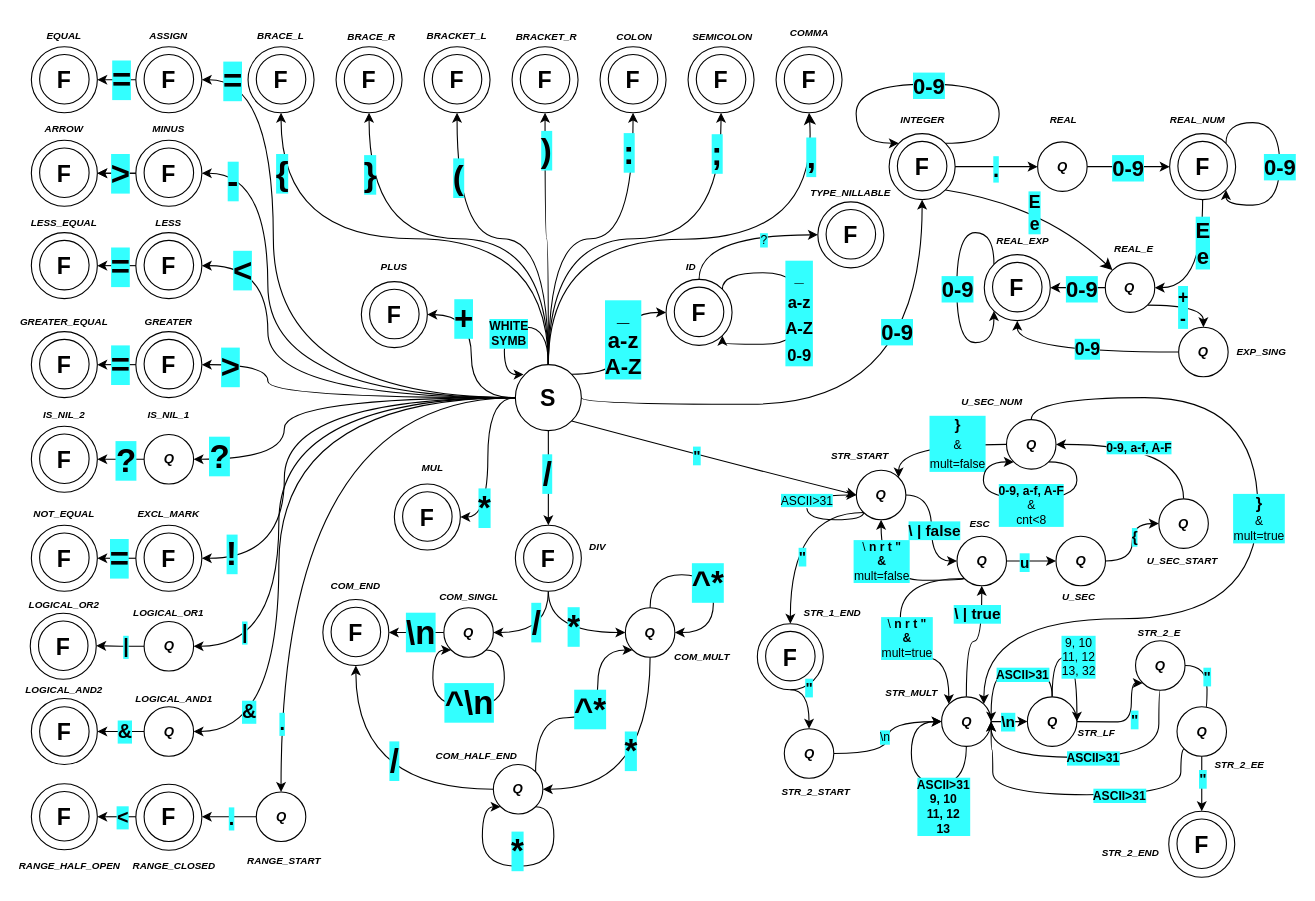
Above: lexer.drawio in xshche05/IFJ-2023-project-compiler (draw.io), before the change. Source tidied: cells renumbered, new cells numbered last; positions are measured from the earlier drawing's top-left corner, leaving out a move shared by most shapes. Both pictures are drawn from the tidied source at 110%, with x=0, y=0 at pixel (30, 19).
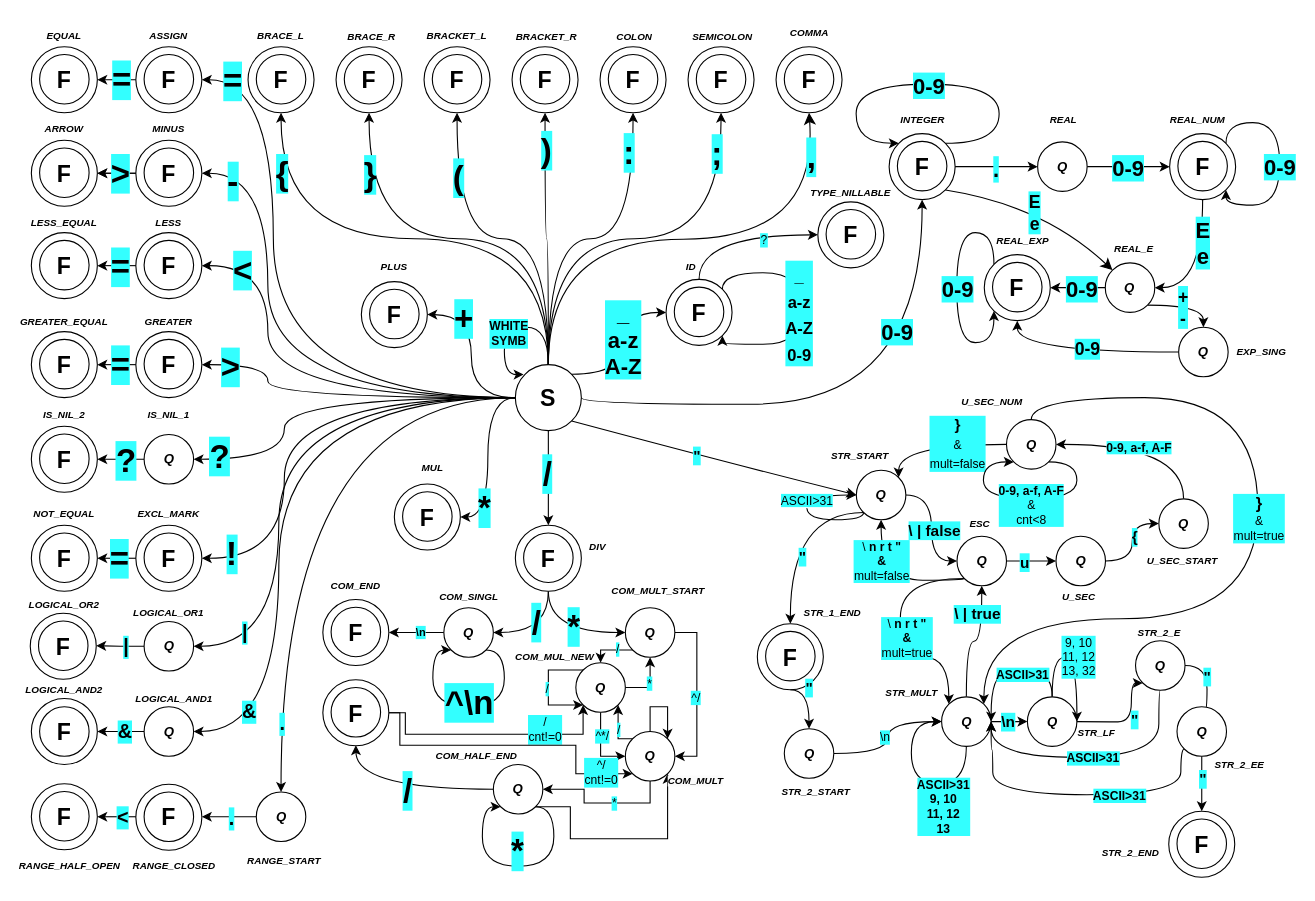
After the change.

The change refers to these unchanged cells:
```xml
<mxCell id="164" style="edgeStyle=orthogonalEdgeStyle;rounded=0;jettySize=auto;html=1;exitX=0;exitY=0.5;exitDx=0;exitDy=0;entryX=1;entryY=0.5;entryDx=0;entryDy=0;" parent="1" edge="1" source="166" target="170">
  <mxGeometry relative="1" as="geometry" />
</mxCell>
<mxCell id="167" style="group;" parent="1" vertex="1">
  <mxGeometry x="266" y="527.5" width="60" height="60" as="geometry" />
</mxCell>
<mxCell id="177" value="&lt;b&gt;&lt;i&gt;Q&lt;/i&gt;&lt;/b&gt;" style="ellipse;whiteSpace=wrap;html=1;" parent="1" vertex="1">
  <mxGeometry x="541" y="535" width="45" height="45" as="geometry" />
</mxCell>
<mxCell id="182" value="&lt;b&gt;&lt;i&gt;Q&lt;/i&gt;&lt;/b&gt;" style="ellipse;whiteSpace=wrap;html=1;" parent="1" vertex="1">
  <mxGeometry x="421" y="677.5" width="45" height="45" as="geometry" />
</mxCell>
```

What changed in the source:
```diff
@@
-    <mxCell id="165" value="\n" style="edgeLabel;html=1;align=center;verticalAlign=middle;fontStyle=1;labelBackgroundColor=#33FFFF;fontSize=30;" parent="164" vertex="1">
+    <mxCell id="165" value="\n" style="edgeLabel;html=1;align=center;verticalAlign=middle;fontStyle=1;labelBackgroundColor=#33FFFF;fontSize=10;" parent="164" vertex="1">
       <mxGeometry x="-0.12" y="-1" relative="1" as="geometry" />
     </mxCell>
@@
-    <mxCell id="175" style="edgeStyle=orthogonalEdgeStyle;jettySize=auto;html=1;exitX=0.5;exitY=1;exitDx=0;exitDy=0;entryX=1;entryY=0.5;entryDx=0;entryDy=0;curved=1;" parent="1" edge="1" source="177" target="182">
-      <mxGeometry relative="1" as="geometry" />
-    </mxCell>
-    <mxCell id="176" value="*" style="edgeLabel;html=1;align=center;verticalAlign=middle;fontSize=30;labelBackgroundColor=#33FFFF;fontStyle=1;" parent="175" vertex="1">
-      <mxGeometry x="-0.23" y="-18" relative="1" as="geometry" />
-    </mxCell>
+    <mxCell id="365" style="edgeStyle=orthogonalEdgeStyle;rounded=0;jettySize=auto;html=1;exitX=0;exitY=1;exitDx=0;exitDy=0;entryX=0.5;entryY=0;entryDx=0;entryDy=0;" parent="1" edge="1" source="177" target="374">
+      <mxGeometry relative="1" as="geometry" />
+    </mxCell>
+    <mxCell id="366" value="/" style="edgeLabel;html=1;align=center;verticalAlign=middle;labelBackgroundColor=#33FFFF;" parent="365" vertex="1">
+      <mxGeometry x="-0.3" y="-1" relative="1" as="geometry" />
+    </mxCell>
+    <mxCell id="367" style="edgeStyle=orthogonalEdgeStyle;rounded=0;jettySize=auto;html=1;exitX=1;exitY=0.5;exitDx=0;exitDy=0;entryX=1;entryY=0.5;entryDx=0;entryDy=0;" parent="1" edge="1" source="177" target="379">
+      <mxGeometry relative="1" as="geometry" />
+    </mxCell>
+    <mxCell id="368" value="^/" style="edgeLabel;html=1;align=center;verticalAlign=middle;labelBackgroundColor=#33FFFF;" parent="367" vertex="1">
+      <mxGeometry x="0.04" y="-2" relative="1" as="geometry" />
+    </mxCell>
@@
-    <mxCell id="178" style="edgeStyle=orthogonalEdgeStyle;jettySize=auto;html=1;exitX=0;exitY=0.5;exitDx=0;exitDy=0;entryX=0.5;entryY=1;entryDx=0;entryDy=0;curved=1;" parent="1" edge="1" source="182" target="167">
-      <mxGeometry relative="1" as="geometry" />
+    <mxCell id="178" style="edgeStyle=orthogonalEdgeStyle;jettySize=auto;html=1;exitX=0;exitY=0.5;exitDx=0;exitDy=0;curved=1;" parent="1" edge="1" source="182">
+      <mxGeometry relative="1" as="geometry">
+        <mxPoint x="296" y="660" as="targetPoint" />
+      </mxGeometry>
     </mxCell>
     <mxCell id="179" value="/" style="edgeLabel;html=1;align=center;verticalAlign=middle;fontSize=30;labelBackgroundColor=#33FFFF;fontStyle=1;" parent="178" vertex="1">
-      <mxGeometry x="-0.23" y="-27" relative="1" as="geometry" />
+      <mxGeometry x="-0.23" y="-27" relative="1" as="geometry">
+        <mxPoint x="-16" y="27" as="offset" />
+      </mxGeometry>
     </mxCell>
-    <mxCell id="180" style="edgeStyle=orthogonalEdgeStyle;jettySize=auto;html=1;exitX=1;exitY=0;exitDx=0;exitDy=0;entryX=0;entryY=1;entryDx=0;entryDy=0;curved=1;" parent="1" edge="1" source="182" target="177">
-      <mxGeometry relative="1" as="geometry">
-        <Array as="points">
-          <mxPoint x="459" y="635" />
-          <mxPoint x="516" y="635" />
-          <mxPoint x="516" y="573" />
-        </Array>
-      </mxGeometry>
-    </mxCell>
-    <mxCell id="181" value="^*" style="edgeLabel;html=1;align=center;verticalAlign=middle;fontSize=30;labelBackgroundColor=#33FFFF;fontStyle=1;" parent="180" vertex="1">
-      <mxGeometry x="0.15" y="8" relative="1" as="geometry" />
-    </mxCell>
+    <mxCell id="369" style="edgeStyle=orthogonalEdgeStyle;rounded=0;jettySize=auto;html=1;exitX=1;exitY=1;exitDx=0;exitDy=0;entryX=1;entryY=1;entryDx=0;entryDy=0;" parent="1" edge="1" source="182" target="379">
+      <mxGeometry relative="1" as="geometry">
+        <Array as="points">
+          <mxPoint x="491" y="716" />
+          <mxPoint x="491" y="745" />
+          <mxPoint x="579" y="745" />
+        </Array>
+      </mxGeometry>
+    </mxCell>
@@
-    <mxCell id="185" style="edgeStyle=orthogonalEdgeStyle;orthogonalLoop=1;jettySize=auto;html=1;exitX=0.5;exitY=0;exitDx=0;exitDy=0;entryX=1;entryY=0.5;entryDx=0;entryDy=0;curved=1;" parent="1" edge="1" source="177" target="177">
-      <mxGeometry relative="1" as="geometry">
-        <Array as="points">
-          <mxPoint x="564" y="505" />
-          <mxPoint x="621" y="505" />
-          <mxPoint x="621" y="557" />
-        </Array>
-      </mxGeometry>
-    </mxCell>
-    <mxCell id="186" value="^*" style="edgeLabel;html=1;align=center;verticalAlign=middle;fontSize=30;labelBackgroundColor=#33FFFF;fontStyle=1;" parent="185" vertex="1">
-      <mxGeometry x="0.07" y="-6" relative="1" as="geometry" />
-    </mxCell>
-    <mxCell id="187" value="COM_MULT" style="text;html=1;strokeColor=none;fillColor=none;align=center;verticalAlign=middle;whiteSpace=wrap;rounded=0;fontSize=9;fontStyle=3;" parent="1" vertex="1">
-      <mxGeometry x="581" y="565" width="60" height="30" as="geometry" />
+    <mxCell id="187" value="COM_MULT_START" style="text;html=1;strokeColor=none;fillColor=none;align=center;verticalAlign=middle;whiteSpace=wrap;rounded=0;fontSize=9;fontStyle=3;" parent="1" vertex="1">
+      <mxGeometry x="541" y="505" width="60" height="30" as="geometry" />
     </mxCell>
@@
+    <mxCell id="370" style="edgeStyle=orthogonalEdgeStyle;rounded=0;jettySize=auto;html=1;exitX=1;exitY=0.5;exitDx=0;exitDy=0;entryX=0.5;entryY=1;entryDx=0;entryDy=0;" parent="1" edge="1" source="374" target="177">
+      <mxGeometry relative="1" as="geometry" />
+    </mxCell>
+    <mxCell id="371" value="*" style="edgeLabel;html=1;align=center;verticalAlign=middle;labelBackgroundColor=#33FFFF;" parent="370" vertex="1">
+      <mxGeometry x="0.08" y="1" relative="1" as="geometry" />
+    </mxCell>
+    <mxCell id="372" style="edgeStyle=orthogonalEdgeStyle;rounded=0;jettySize=auto;html=1;exitX=0.5;exitY=1;exitDx=0;exitDy=0;entryX=0;entryY=0.5;entryDx=0;entryDy=0;" parent="1" edge="1" source="374" target="379">
+      <mxGeometry relative="1" as="geometry" />
+    </mxCell>
+    <mxCell id="373" value="^*/" style="edgeLabel;html=1;align=center;verticalAlign=middle;labelBackgroundColor=#33FFFF;" parent="372" vertex="1">
+      <mxGeometry x="-0.33" y="1" relative="1" as="geometry" />
+    </mxCell>
+    <mxCell id="374" value="&lt;b&gt;&lt;i&gt;Q&lt;/i&gt;&lt;/b&gt;" style="ellipse;whiteSpace=wrap;html=1;" parent="1" vertex="1">
+      <mxGeometry x="496" y="585" width="45" height="45" as="geometry" />
+    </mxCell>
+    <mxCell id="375" style="edgeStyle=orthogonalEdgeStyle;rounded=0;jettySize=auto;html=1;exitX=0;exitY=0;exitDx=0;exitDy=0;entryX=1;entryY=1;entryDx=0;entryDy=0;" parent="1" edge="1" source="379" target="374">
+      <mxGeometry relative="1" as="geometry" />
+    </mxCell>
+    <mxCell id="376" value="/" style="edgeLabel;html=1;align=center;verticalAlign=middle;labelBackgroundColor=#33FFFF;" parent="375" vertex="1">
+      <mxGeometry x="0.34" relative="1" as="geometry">
+        <mxPoint y="7" as="offset" />
+      </mxGeometry>
+    </mxCell>
+    <mxCell id="377" style="edgeStyle=orthogonalEdgeStyle;rounded=0;jettySize=auto;html=1;exitX=0.5;exitY=1;exitDx=0;exitDy=0;entryX=1;entryY=0.5;entryDx=0;entryDy=0;" parent="1" edge="1" source="379" target="182">
+      <mxGeometry relative="1" as="geometry" />
+    </mxCell>
+    <mxCell id="378" value="*" style="edgeLabel;html=1;align=center;verticalAlign=middle;labelBackgroundColor=#33FFFF;" parent="377" vertex="1">
+      <mxGeometry x="-0.19" relative="1" as="geometry" />
+    </mxCell>
+    <mxCell id="379" value="&lt;b&gt;&lt;i&gt;Q&lt;/i&gt;&lt;/b&gt;" style="ellipse;whiteSpace=wrap;html=1;" parent="1" vertex="1">
+      <mxGeometry x="541" y="647.5" width="45" height="45" as="geometry" />
+    </mxCell>
+    <mxCell id="380" style="edgeStyle=orthogonalEdgeStyle;rounded=0;orthogonalLoop=1;jettySize=auto;html=1;exitX=0;exitY=0;exitDx=0;exitDy=0;entryX=0;entryY=1;entryDx=0;entryDy=0;" parent="1" edge="1" source="374" target="374">
+      <mxGeometry relative="1" as="geometry">
+        <Array as="points">
+          <mxPoint x="471" y="591" />
+          <mxPoint x="471" y="623" />
+        </Array>
+      </mxGeometry>
+    </mxCell>
+    <mxCell id="381" value="/" style="edgeLabel;html=1;align=center;verticalAlign=middle;labelBackgroundColor=#33FFFF;" parent="380" vertex="1">
+      <mxGeometry x="0.01" y="-2" relative="1" as="geometry" />
+    </mxCell>
+    <mxCell id="382" value="COM_MUL_NEW" style="text;html=1;strokeColor=none;fillColor=none;align=center;verticalAlign=middle;whiteSpace=wrap;rounded=0;fontSize=9;fontStyle=3;" parent="1" vertex="1">
+      <mxGeometry x="446.5" y="565" width="60" height="30" as="geometry" />
+    </mxCell>
+    <mxCell id="383" value="&lt;span style=&quot;color: rgb(0, 0, 0); font-family: Helvetica; font-size: 9px; font-style: italic; font-variant-ligatures: normal; font-variant-caps: normal; font-weight: 700; letter-spacing: normal; orphans: 2; text-align: center; text-indent: 0px; text-transform: none; widows: 2; word-spacing: 0px; -webkit-text-stroke-width: 0px; background-color: rgb(251, 251, 251); text-decoration-thickness: initial; text-decoration-style: initial; text-decoration-color: initial; float: none; display: inline !important;&quot;&gt;COM_MULT&lt;/span&gt;" style="text;whiteSpace=wrap;html=1;" parent="1" vertex="1">
+      <mxGeometry x="578" y="677.5" width="110" height="35" as="geometry" />
+    </mxCell>
+    <mxCell id="384" style="edgeStyle=orthogonalEdgeStyle;rounded=0;jettySize=auto;html=1;entryX=0;entryY=1;entryDx=0;entryDy=0;exitX=1;exitY=0.5;exitDx=0;exitDy=0;" parent="1" edge="1" source="391" target="374">
+      <mxGeometry relative="1" as="geometry">
+        <Array as="points">
+          <mxPoint x="341" y="631" />
+          <mxPoint x="341" y="650" />
+          <mxPoint x="503" y="650" />
+        </Array>
+      </mxGeometry>
+    </mxCell>
+    <mxCell id="385" value="/&lt;br&gt;cnt!=0" style="edgeLabel;html=1;align=center;verticalAlign=middle;labelBackgroundColor=#33FFFF;" parent="384" vertex="1">
+      <mxGeometry x="0.23" y="-1" relative="1" as="geometry">
+        <mxPoint x="24" y="-6" as="offset" />
+      </mxGeometry>
+    </mxCell>
+    <mxCell id="386" style="edgeStyle=orthogonalEdgeStyle;rounded=0;jettySize=auto;html=1;entryX=0;entryY=1;entryDx=0;entryDy=0;exitX=1;exitY=0.5;exitDx=0;exitDy=0;" parent="1" edge="1" source="391" target="379">
+      <mxGeometry relative="1" as="geometry">
+        <Array as="points">
+          <mxPoint x="336" y="631" />
+          <mxPoint x="336" y="660" />
+          <mxPoint x="496" y="660" />
+          <mxPoint x="496" y="686" />
+        </Array>
+      </mxGeometry>
+    </mxCell>
+    <mxCell id="387" value="^/&lt;br&gt;cnt!=0" style="edgeLabel;html=1;align=center;verticalAlign=middle;labelBackgroundColor=#33FFFF;" parent="386" vertex="1">
+      <mxGeometry x="0.79" y="1" relative="1" as="geometry" />
+    </mxCell>
+    <mxCell id="388" style="group;" parent="1" vertex="1">
+      <mxGeometry x="266" y="600.5" width="60" height="60" as="geometry" />
+    </mxCell>
+    <mxCell id="389" style="ellipse;whiteSpace=wrap;html=1;" parent="388" vertex="1">
+      <mxGeometry width="60" height="60" as="geometry" />
+    </mxCell>
+    <mxCell id="390" style="ellipse;whiteSpace=wrap;html=1;" parent="388" vertex="1">
+      <mxGeometry x="7.5" y="7" width="45" height="45" as="geometry" />
+    </mxCell>
+    <mxCell id="391" value="&lt;span style=&quot;font-size: 21px;&quot;&gt;&lt;b&gt;F&lt;/b&gt;&lt;/span&gt;" style="text;html=1;strokeColor=none;fillColor=none;align=center;verticalAlign=middle;whiteSpace=wrap;rounded=0;" parent="388" vertex="1">
+      <mxGeometry y="15" width="60" height="30" as="geometry" />
+    </mxCell>
+    <mxCell id="392" style="edgeStyle=orthogonalEdgeStyle;rounded=0;orthogonalLoop=1;jettySize=auto;html=1;exitX=0.5;exitY=0;exitDx=0;exitDy=0;entryX=1;entryY=0;entryDx=0;entryDy=0;" parent="1" edge="1" source="379" target="379">
+      <mxGeometry relative="1" as="geometry">
+        <Array as="points">
+          <mxPoint x="564" y="625" />
+          <mxPoint x="579" y="625" />
+        </Array>
+      </mxGeometry>
+    </mxCell>
```
